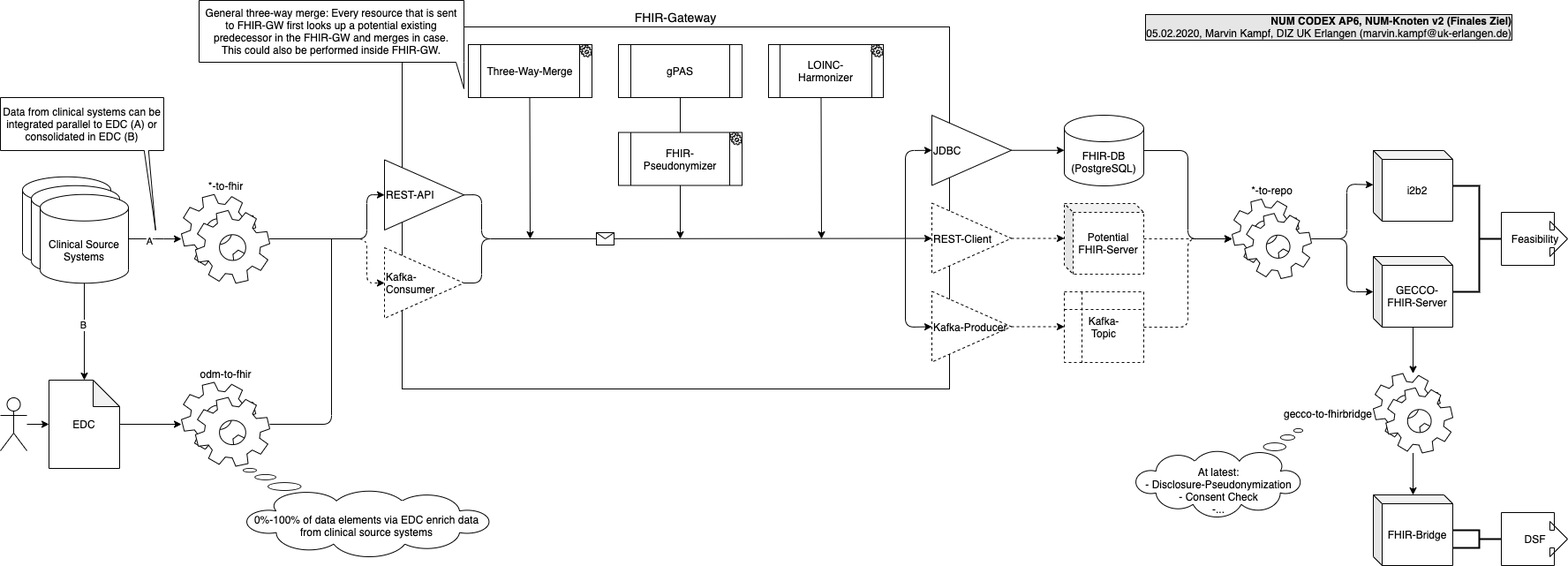
num-codex/num-knoten keeps this draw.io diagram as img/num-codex-ap6-nk-v2-final.png. Above is the earlier version. Source tidied: cells renumbered, new cells last; positions are measured from the earlier drawing's top-left corner, leaving out a move shared by most shapes.
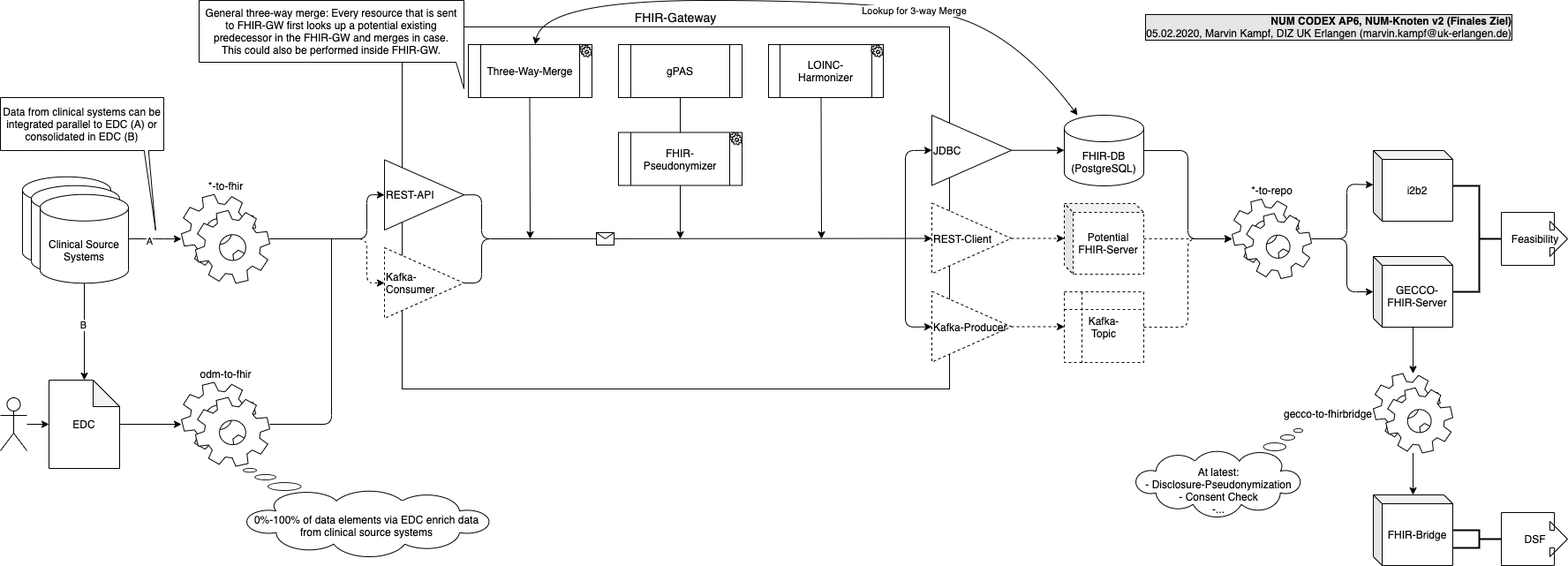
Later version of the same file.

Commit message:
chore(doc): adds arrow for three way merge lookup

Diff of the diagram source:
```diff
@@ -274,5 +274,17 @@
     <mxCell id="68" value="Data from clinical systems can be integrated parallel to EDC (A) or consolidated in EDC (B)" style="shape=callout;whiteSpace=wrap;html=1;perimeter=calloutPerimeter;align=center;rotation=0;base=5;size=90;position=0.88;position2=0.95;flipH=0;" parent="1" vertex="1">
       <mxGeometry y="110" width="185" height="150" as="geometry" />
     </mxCell>
+    <mxCell id="69" style="endArrow=classic;html=1;curved=1;startArrow=classic;startFill=1;" parent="1" edge="1" source="8" target="27">
+      <mxGeometry relative="1" as="geometry">
+        <Array as="points">
+          <mxPoint x="615" />
+          <mxPoint x="985" />
+          <mxPoint x="1145" y="30" />
+        </Array>
+      </mxGeometry>
+    </mxCell>
+    <mxCell id="70" value="Lookup for 3-way Merge" style="edgeLabel;html=1;align=center;verticalAlign=middle;" parent="69" vertex="1">
+      <mxGeometry x="0.33" y="-2" relative="1" as="geometry" />
+    </mxCell>
   </root>
 </mxGraphModel>
```
